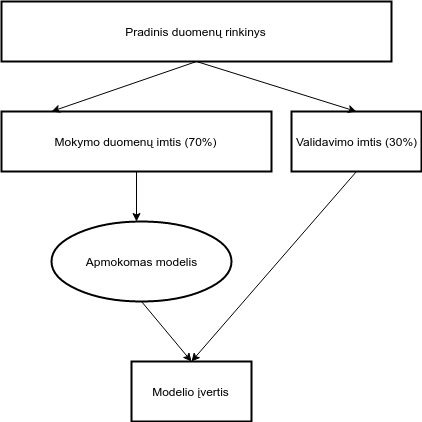
Earlier version of the draw.io export docs/images/validation.png (AndriusDap/orb-weaver). Source tidied: cells renumbered, new cells last; positions are measured from the earlier drawing's top-left corner, leaving out a move shared by most shapes. Its diagram source:
```xml
<mxGraphModel background="#ffffff">
  <root>
    <mxCell id="0" />
    <mxCell id="1" parent="0" />
    <mxCell id="2" value="Pradinis duomenų rinkinys" style="whiteSpace=wrap;html=1;strokeWidth=2;fillColor=none;" parent="1" vertex="1">
      <mxGeometry width="390" height="60" as="geometry" />
    </mxCell>
    <mxCell id="3" style="endArrow=classic;html=1;exitX=0.5;exitY=1;" parent="1" edge="1" source="2">
      <mxGeometry relative="1" as="geometry">
        <mxPoint x="50" y="110" as="targetPoint" />
      </mxGeometry>
    </mxCell>
    <mxCell id="4" style="endArrow=classic;html=1;exitX=0.5;exitY=1;entryX=0.5;entryY=0;" parent="1" edge="1" source="2" target="6">
      <mxGeometry relative="1" as="geometry" />
    </mxCell>
    <mxCell id="5" value="Mokymo duomenų imtis (70%)" style="whiteSpace=wrap;html=1;strokeWidth=2;fillColor=none;" parent="1" vertex="1">
      <mxGeometry y="110" width="270" height="60" as="geometry" />
    </mxCell>
    <mxCell id="6" value="Validavimo imtis (30%)" style="whiteSpace=wrap;html=1;strokeWidth=2;fillColor=none;" parent="1" vertex="1">
      <mxGeometry x="290" y="110" width="130" height="60" as="geometry" />
    </mxCell>
    <mxCell id="7" style="endArrow=classic;html=1;exitX=0.5;exitY=1;" parent="1" edge="1" source="5">
      <mxGeometry relative="1" as="geometry">
        <mxPoint x="135" y="220" as="targetPoint" />
      </mxGeometry>
    </mxCell>
    <mxCell id="8" value="Apmokomas modelis" style="ellipse;whiteSpace=wrap;html=1;strokeWidth=2;fillColor=none;" parent="1" vertex="1">
      <mxGeometry x="50" y="220" width="180" height="80" as="geometry" />
    </mxCell>
    <mxCell id="9" value="Modelio įvertis" style="whiteSpace=wrap;html=1;strokeWidth=2;fillColor=none;" parent="1" vertex="1">
      <mxGeometry x="130" y="360" width="120" height="60" as="geometry" />
    </mxCell>
    <mxCell id="10" style="endArrow=classic;html=1;exitX=0.5;exitY=1;entryX=0.5;entryY=0;" parent="1" edge="1" source="6" target="9">
      <mxGeometry relative="1" as="geometry" />
    </mxCell>
    <mxCell id="11" style="endArrow=classic;html=1;exitX=0.5;exitY=1;entryX=0.5;entryY=0;" parent="1" edge="1" source="8" target="9">
      <mxGeometry relative="1" as="geometry" />
    </mxCell>
  </root>
</mxGraphModel>
```
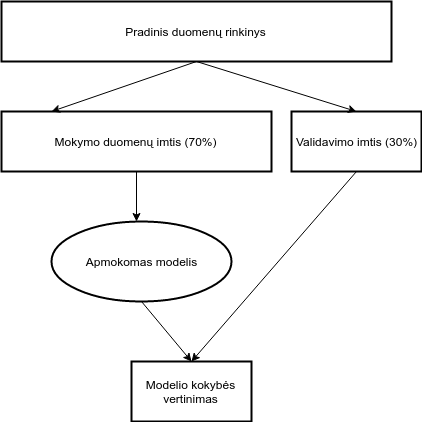
After the commit.

Change to the diagram source:
```diff
@@ -10,31 +10,31 @@
         <mxPoint x="50" y="110" as="targetPoint" />
       </mxGeometry>
     </mxCell>
-    <mxCell id="4" style="endArrow=classic;html=1;exitX=0.5;exitY=1;entryX=0.5;entryY=0;" parent="1" edge="1" source="2" target="6">
+    <mxCell id="4" style="endArrow=classic;html=1;exitX=0.5;exitY=1;entryX=0.5;entryY=0;" parent="1" edge="1" source="2" target="12">
       <mxGeometry relative="1" as="geometry" />
     </mxCell>
     <mxCell id="5" value="Mokymo duomenų imtis (70%)" style="whiteSpace=wrap;html=1;strokeWidth=2;fillColor=none;" parent="1" vertex="1">
       <mxGeometry y="110" width="270" height="60" as="geometry" />
     </mxCell>
+    <mxCell id="12" value="Validavimo imtis (30%)" style="whiteSpace=wrap;html=1;strokeWidth=2;fillColor=none;" parent="1" vertex="1">
+      <mxGeometry x="290" y="110" width="130" height="60" as="geometry" />
+    </mxCell>
+    <mxCell id="13" style="endArrow=classic;html=1;exitX=0.5;exitY=1;" parent="1" edge="1" source="5">
+      <mxGeometry relative="1" as="geometry">
+        <mxPoint x="135" y="220" as="targetPoint" />
+      </mxGeometry>
+    </mxCell>
-    <mxCell id="6" value="Validavimo imtis (30%)" style="whiteSpace=wrap;html=1;strokeWidth=2;fillColor=none;" parent="1" vertex="1">
-      <mxGeometry x="290" y="110" width="130" height="60" as="geometry" />
+    <mxCell id="6" value="Apmokomas modelis" style="ellipse;whiteSpace=wrap;html=1;strokeWidth=2;fillColor=none;" parent="1" vertex="1">
+      <mxGeometry x="50" y="220" width="180" height="80" as="geometry" />
     </mxCell>
-    <mxCell id="7" style="endArrow=classic;html=1;exitX=0.5;exitY=1;" parent="1" edge="1" source="5">
-      <mxGeometry relative="1" as="geometry">
-        <mxPoint x="135" y="220" as="targetPoint" />
-      </mxGeometry>
+    <mxCell id="7" value="Modelio kokybės vertinimas" style="whiteSpace=wrap;html=1;strokeWidth=2;fillColor=none;" parent="1" vertex="1">
+      <mxGeometry x="130" y="360" width="120" height="60" as="geometry" />
     </mxCell>
+    <mxCell id="14" style="endArrow=classic;html=1;exitX=0.5;exitY=1;entryX=0.5;entryY=0;" parent="1" edge="1" source="12" target="7">
+      <mxGeometry relative="1" as="geometry" />
+    </mxCell>
-    <mxCell id="8" value="Apmokomas modelis" style="ellipse;whiteSpace=wrap;html=1;strokeWidth=2;fillColor=none;" parent="1" vertex="1">
-      <mxGeometry x="50" y="220" width="180" height="80" as="geometry" />
+    <mxCell id="8" style="endArrow=classic;html=1;exitX=0.5;exitY=1;entryX=0.5;entryY=0;" parent="1" edge="1" source="6" target="7">
+      <mxGeometry relative="1" as="geometry" />
     </mxCell>
-    <mxCell id="9" value="Modelio įvertis" style="whiteSpace=wrap;html=1;strokeWidth=2;fillColor=none;" parent="1" vertex="1">
-      <mxGeometry x="130" y="360" width="120" height="60" as="geometry" />
-    </mxCell>
-    <mxCell id="10" style="endArrow=classic;html=1;exitX=0.5;exitY=1;entryX=0.5;entryY=0;" parent="1" edge="1" source="6" target="9">
-      <mxGeometry relative="1" as="geometry" />
-    </mxCell>
-    <mxCell id="11" style="endArrow=classic;html=1;exitX=0.5;exitY=1;entryX=0.5;entryY=0;" parent="1" edge="1" source="8" target="9">
-      <mxGeometry relative="1" as="geometry" />
-    </mxCell>
   </root>
 </mxGraphModel>
```
